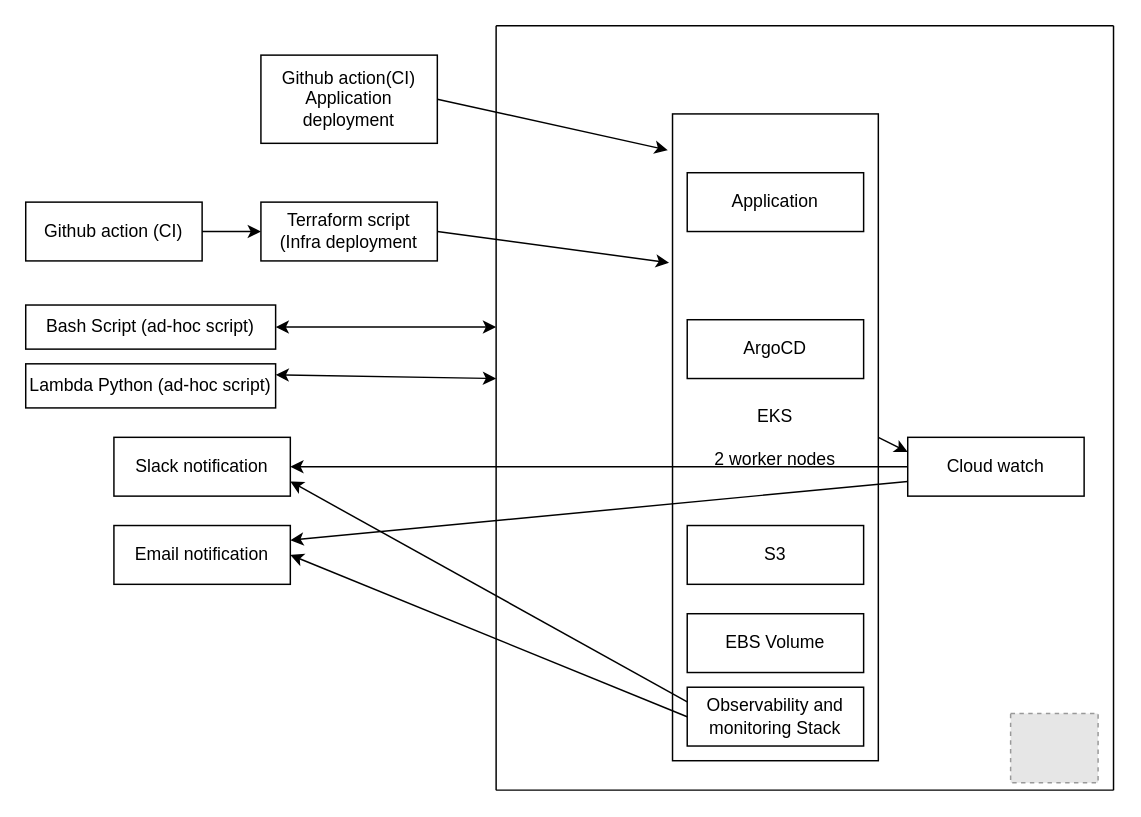
vijai-veerapandian/aws-environment keeps this draw.io diagram as images/AWS-Environment.drawio. Above is the earlier version. Source tidied: cells renumbered, new cells numbered last; positions are measured from the earlier drawing's top-left corner, leaving out a move shared by most shapes. Both pictures are drawn from the tidied source at 147%, with x=0, y=0 at pixel (25, 25). Pictures stored in the file or linked from it are replaced by grey dashed boxes.
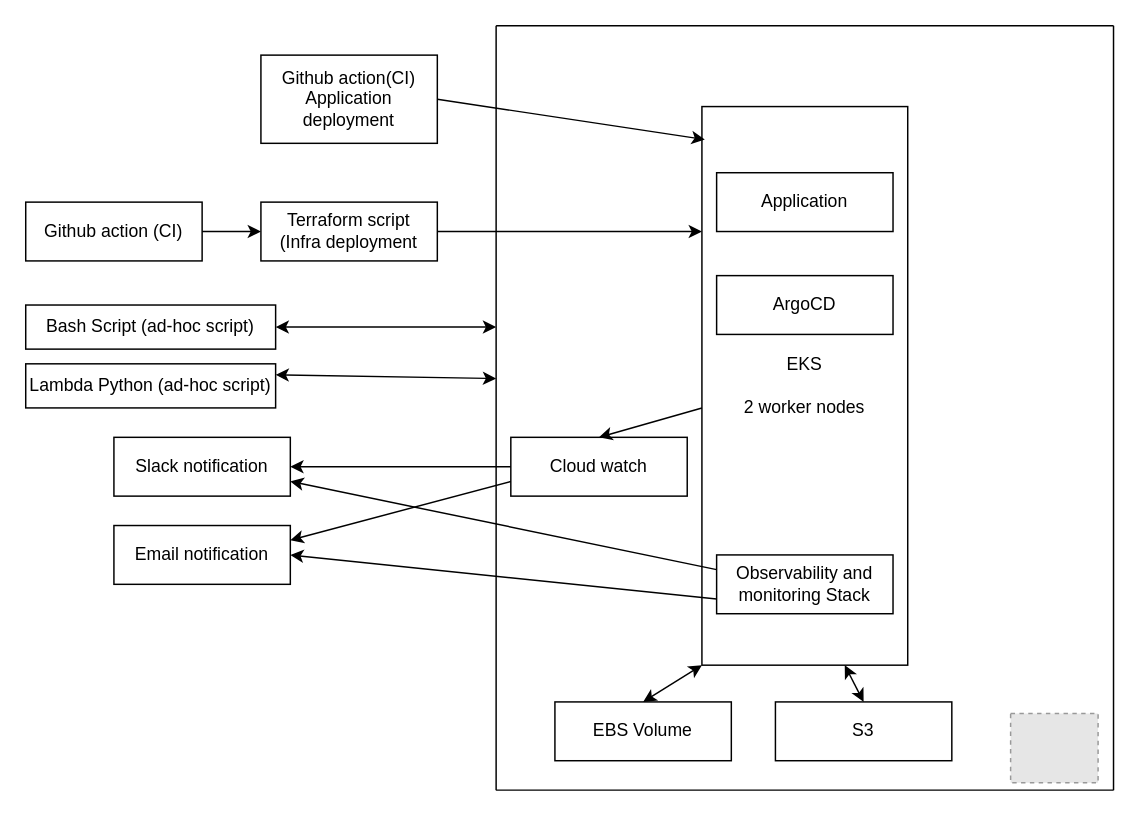
The same page after the edit.

Unchanged cells that the change refers to:
```xml
<mxCell id="4" value="Terraform script&lt;div&gt;(Infra deployment&lt;/div&gt;" style="rounded=0;whiteSpace=wrap;html=1;" parent="1" vertex="1">
  <mxGeometry x="160" y="120" width="120" height="40" as="geometry" />
</mxCell>
<mxCell id="11" value="&lt;div&gt;Email notification&lt;/div&gt;" style="rounded=0;whiteSpace=wrap;html=1;" parent="1" vertex="1">
  <mxGeometry x="60" y="340" width="120" height="40" as="geometry" />
</mxCell>
<mxCell id="12" value="Github action(CI) Application deployment" style="rounded=0;whiteSpace=wrap;html=1;" parent="1" vertex="1">
  <mxGeometry x="160" y="20" width="120" height="60" as="geometry" />
</mxCell>
```

The edit, as a diff of the source:
```diff
@@
     <mxCell id="3" value="EKS&lt;div&gt;&lt;br&gt;&lt;/div&gt;&lt;div&gt;2 worker nodes&lt;/div&gt;" style="rounded=0;whiteSpace=wrap;html=1;" parent="1" vertex="1">
-      <mxGeometry x="440" y="60" width="140" height="440" as="geometry" />
+      <mxGeometry x="460" y="55" width="140" height="380" as="geometry" />
     </mxCell>
@@
     <mxCell id="5" value="&lt;div&gt;S3&lt;/div&gt;" style="rounded=0;whiteSpace=wrap;html=1;" parent="1" vertex="1">
-      <mxGeometry x="450" y="340" width="120" height="40" as="geometry" />
+      <mxGeometry x="510" y="460" width="120" height="40" as="geometry" />
     </mxCell>
     <mxCell id="6" value="&lt;div&gt;EBS Volume&lt;/div&gt;" style="rounded=0;whiteSpace=wrap;html=1;" parent="1" vertex="1">
-      <mxGeometry x="450" y="400" width="120" height="40" as="geometry" />
+      <mxGeometry x="360" y="460" width="120" height="40" as="geometry" />
     </mxCell>
     <mxCell id="7" value="&lt;div&gt;Cloud watch&lt;/div&gt;" style="rounded=0;whiteSpace=wrap;html=1;" parent="1" vertex="1">
-      <mxGeometry x="600" y="280" width="120" height="40" as="geometry" />
+      <mxGeometry x="330" y="280" width="120" height="40" as="geometry" />
     </mxCell>
     <mxCell id="8" value="&lt;div&gt;ArgoCD&lt;/div&gt;" style="rounded=0;whiteSpace=wrap;html=1;" parent="1" vertex="1">
-      <mxGeometry x="450" y="200" width="120" height="40" as="geometry" />
+      <mxGeometry x="470" y="170" width="120" height="40" as="geometry" />
     </mxCell>
     <mxCell id="9" value="&lt;div&gt;Observability and monitoring Stack&lt;/div&gt;" style="rounded=0;whiteSpace=wrap;html=1;" parent="1" vertex="1">
-      <mxGeometry x="450" y="450" width="120" height="40" as="geometry" />
+      <mxGeometry x="470" y="360" width="120" height="40" as="geometry" />
     </mxCell>
@@
-    <mxCell id="14" style="endArrow=classic;html=1;rounded=0;exitX=1;exitY=0.5;exitDx=0;exitDy=0;entryX=-0.017;entryY=0.23;entryDx=0;entryDy=0;entryPerimeter=0;" parent="1" edge="1" source="4" target="3">
-      <mxGeometry relative="1" as="geometry" />
+    <mxCell id="14" style="endArrow=classic;html=1;rounded=0;exitX=1;exitY=0.5;exitDx=0;exitDy=0;" parent="1" edge="1" source="4">
+      <mxGeometry relative="1" as="geometry">
+        <mxPoint x="460" y="140" as="targetPoint" />
+      </mxGeometry>
     </mxCell>
-    <mxCell id="15" style="endArrow=classic;html=1;rounded=0;exitX=1;exitY=0.5;exitDx=0;exitDy=0;entryX=-0.023;entryY=0.056;entryDx=0;entryDy=0;entryPerimeter=0;" parent="1" edge="1" source="12" target="3">
+    <mxCell id="15" style="endArrow=classic;html=1;rounded=0;exitX=1;exitY=0.5;exitDx=0;exitDy=0;entryX=0.014;entryY=0.059;entryDx=0;entryDy=0;entryPerimeter=0;" parent="1" edge="1" source="12" target="3">
       <mxGeometry relative="1" as="geometry" />
     </mxCell>
@@
-    <mxCell id="17" style="endArrow=classic;html=1;rounded=0;exitX=0.071;exitY=0.932;exitDx=0;exitDy=0;exitPerimeter=0;entryX=1;entryY=0.5;entryDx=0;entryDy=0;" parent="1" edge="1" source="3" target="11">
+    <mxCell id="17" style="endArrow=classic;html=1;rounded=0;exitX=0;exitY=0.75;exitDx=0;exitDy=0;entryX=1;entryY=0.5;entryDx=0;entryDy=0;" parent="1" edge="1" source="9" target="11">
       <mxGeometry relative="1" as="geometry" />
     </mxCell>
-    <mxCell id="18" style="endArrow=classic;html=1;rounded=0;exitX=1;exitY=0.5;exitDx=0;exitDy=0;entryX=0;entryY=0.25;entryDx=0;entryDy=0;" parent="1" edge="1" source="3" target="7">
-      <mxGeometry relative="1" as="geometry" />
+    <mxCell id="18" style="endArrow=classic;html=1;rounded=0;" parent="1" edge="1">
+      <mxGeometry relative="1" as="geometry">
+        <mxPoint x="460" y="260" as="sourcePoint" />
+        <mxPoint x="390" y="280" as="targetPoint" />
+      </mxGeometry>
     </mxCell>
@@
     <mxCell id="21" value="Application" style="rounded=0;whiteSpace=wrap;html=1;" parent="1" vertex="1">
-      <mxGeometry x="450" y="100" width="120" height="40" as="geometry" />
+      <mxGeometry x="470" y="100" width="120" height="40" as="geometry" />
     </mxCell>
@@
+    <mxCell id="31" style="endArrow=classic;startArrow=classic;html=1;rounded=0;entryX=0.5;entryY=0;entryDx=0;entryDy=0;exitX=0.694;exitY=1;exitDx=0;exitDy=0;exitPerimeter=0;" parent="1" edge="1" source="3" target="5">
+      <mxGeometry relative="1" as="geometry" />
+    </mxCell>
+    <mxCell id="32" style="endArrow=classic;startArrow=classic;html=1;rounded=0;entryX=0.5;entryY=0;entryDx=0;entryDy=0;exitX=0;exitY=1;exitDx=0;exitDy=0;" parent="1" edge="1" source="3" target="6">
+      <mxGeometry relative="1" as="geometry" />
+    </mxCell>
+    <mxCell id="33" style="edgeStyle=orthogonalEdgeStyle;rounded=0;orthogonalLoop=1;jettySize=auto;html=1;exitX=0.5;exitY=1;exitDx=0;exitDy=0;" parent="1" edge="1" source="21" target="21">
+      <mxGeometry relative="1" as="geometry" />
+    </mxCell>
```
